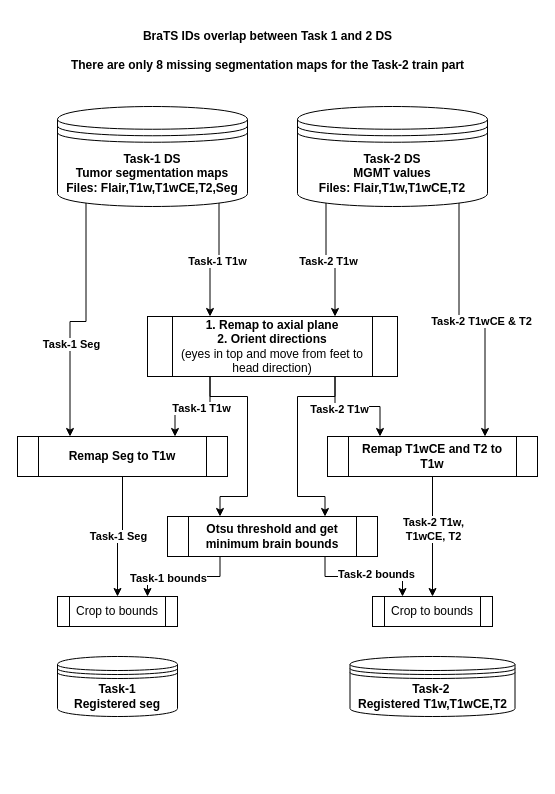
Above: registering.drawio in jpjuvo/RSNA-MICCAI-Brain-Tumor-Classification (draw.io), before the change. Source tidied: cells renumbered, new cells numbered last; positions are measured from the earlier drawing's top-left corner, leaving out a move shared by most shapes. Both pictures are drawn from the tidied source at 100%, with x=0, y=0 at pixel (17, 26).
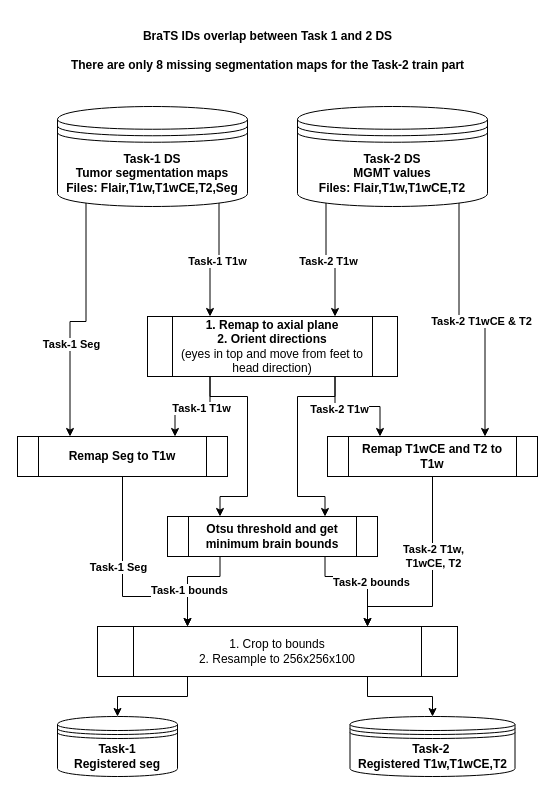
Above is the later version.

Commit message (it also covers changes not shown here):
Fixed registering process diagram

Unchanged cells that the change refers to:
```xml
<mxCell id="20" value="&lt;b&gt;Remap Seg to T1w&lt;br&gt;&lt;/b&gt;" style="shape=process;whiteSpace=wrap;html=1;backgroundOutline=1;" parent="1" vertex="1">
  <mxGeometry y="410" width="210" height="40" as="geometry" />
</mxCell>
<mxCell id="23" value="&lt;b&gt;Remap T1wCE and T2 to T1w&lt;br&gt;&lt;/b&gt;" style="shape=process;whiteSpace=wrap;html=1;backgroundOutline=1;" parent="1" vertex="1">
  <mxGeometry x="310" y="410" width="210" height="40" as="geometry" />
</mxCell>
<mxCell id="28" value="&lt;b&gt;Otsu threshold and get minimum brain bounds&lt;br&gt;&lt;/b&gt;" style="shape=process;whiteSpace=wrap;html=1;backgroundOutline=1;" parent="1" vertex="1">
  <mxGeometry x="150" y="490" width="210" height="40" as="geometry" />
</mxCell>
```

Diff of the diagram source:
```diff
@@
-    <mxCell id="18" style="edgeStyle=orthogonalEdgeStyle;rounded=0;jettySize=auto;html=1;exitX=0.5;exitY=1;exitDx=0;exitDy=0;" parent="1" edge="1" source="20" target="29">
-      <mxGeometry relative="1" as="geometry" />
+    <mxCell id="18" style="edgeStyle=orthogonalEdgeStyle;rounded=0;jettySize=auto;html=1;exitX=0.5;exitY=1;exitDx=0;exitDy=0;entryX=0.25;entryY=0;entryDx=0;entryDy=0;" parent="1" edge="1" source="20" target="29">
+      <mxGeometry relative="1" as="geometry">
+        <Array as="points">
+          <mxPoint x="105" y="570" />
+          <mxPoint x="170" y="570" />
+        </Array>
+      </mxGeometry>
     </mxCell>
@@
-    <mxCell id="21" style="edgeStyle=orthogonalEdgeStyle;rounded=0;jettySize=auto;html=1;entryX=0.5;entryY=0;entryDx=0;entryDy=0;" parent="1" edge="1" source="23" target="30">
-      <mxGeometry relative="1" as="geometry" />
+    <mxCell id="21" style="edgeStyle=orthogonalEdgeStyle;rounded=0;jettySize=auto;html=1;entryX=0.75;entryY=0;entryDx=0;entryDy=0;" parent="1" edge="1" source="23" target="29">
+      <mxGeometry relative="1" as="geometry">
+        <Array as="points">
+          <mxPoint x="415" y="580" />
+          <mxPoint x="350" y="580" />
+        </Array>
+      </mxGeometry>
     </mxCell>
     <mxCell id="22" value="&lt;b&gt;Task-2 T1w, &lt;br&gt;T1wCE, T2&lt;/b&gt;" style="edgeLabel;html=1;align=center;verticalAlign=middle;" parent="21" vertex="1">
-      <mxGeometry x="-0.14" relative="1" as="geometry" />
+      <mxGeometry x="-0.14" relative="1" as="geometry">
+        <mxPoint y="-13" as="offset" />
+      </mxGeometry>
     </mxCell>
@@
-    <mxCell id="24" style="edgeStyle=orthogonalEdgeStyle;rounded=0;jettySize=auto;html=1;exitX=0.25;exitY=1;exitDx=0;exitDy=0;entryX=0.75;entryY=0;entryDx=0;entryDy=0;" parent="1" edge="1" source="28" target="29">
-      <mxGeometry relative="1" as="geometry" />
+    <mxCell id="24" style="edgeStyle=orthogonalEdgeStyle;rounded=0;jettySize=auto;html=1;exitX=0.25;exitY=1;exitDx=0;exitDy=0;entryX=0.25;entryY=0;entryDx=0;entryDy=0;" parent="1" edge="1" source="28" target="29">
+      <mxGeometry relative="1" as="geometry">
+        <Array as="points">
+          <mxPoint x="203" y="550" />
+          <mxPoint x="170" y="550" />
+        </Array>
+      </mxGeometry>
     </mxCell>
@@
-    <mxCell id="26" style="edgeStyle=orthogonalEdgeStyle;rounded=0;jettySize=auto;html=1;exitX=0.75;exitY=1;exitDx=0;exitDy=0;entryX=0.25;entryY=0;entryDx=0;entryDy=0;" parent="1" edge="1" source="28" target="30">
-      <mxGeometry relative="1" as="geometry" />
+    <mxCell id="26" style="edgeStyle=orthogonalEdgeStyle;rounded=0;jettySize=auto;html=1;exitX=0.75;exitY=1;exitDx=0;exitDy=0;entryX=0.75;entryY=0;entryDx=0;entryDy=0;" parent="1" edge="1" source="28" target="29">
+      <mxGeometry relative="1" as="geometry">
+        <Array as="points">
+          <mxPoint x="308" y="550" />
+          <mxPoint x="350" y="550" />
+        </Array>
+      </mxGeometry>
     </mxCell>
@@
+    <mxCell id="33" style="edgeStyle=orthogonalEdgeStyle;rounded=0;jettySize=auto;html=1;exitX=0.25;exitY=1;exitDx=0;exitDy=0;entryX=0.5;entryY=0;entryDx=0;entryDy=0;" parent="1" edge="1" source="29" target="31">
+      <mxGeometry relative="1" as="geometry" />
+    </mxCell>
+    <mxCell id="34" style="edgeStyle=orthogonalEdgeStyle;rounded=0;jettySize=auto;html=1;exitX=0.75;exitY=1;exitDx=0;exitDy=0;entryX=0.5;entryY=0;entryDx=0;entryDy=0;" parent="1" edge="1" source="29" target="32">
+      <mxGeometry relative="1" as="geometry" />
+    </mxCell>
-    <mxCell id="29" value="Crop to bounds" style="shape=process;whiteSpace=wrap;html=1;backgroundOutline=1;" parent="1" vertex="1">
-      <mxGeometry x="40" y="570" width="120" height="30" as="geometry" />
+    <mxCell id="29" value="1. Crop to bounds&lt;br&gt;2. Resample to 256x256x100" style="shape=process;whiteSpace=wrap;html=1;backgroundOutline=1;" parent="1" vertex="1">
+      <mxGeometry x="80" y="600" width="360" height="50" as="geometry" />
     </mxCell>
-    <mxCell id="30" value="Crop to bounds" style="shape=process;whiteSpace=wrap;html=1;backgroundOutline=1;" parent="1" vertex="1">
-      <mxGeometry x="355" y="570" width="120" height="30" as="geometry" />
-    </mxCell>
     <mxCell id="31" value="&lt;b&gt;Task-1 &lt;br&gt;Registered seg&lt;/b&gt;" style="shape=datastore;whiteSpace=wrap;html=1;" parent="1" vertex="1">
-      <mxGeometry x="40" y="630" width="120" height="60" as="geometry" />
+      <mxGeometry x="40" y="690" width="120" height="60" as="geometry" />
     </mxCell>
     <mxCell id="32" value="&lt;b&gt;Task-2&amp;nbsp;&lt;br&gt;Registered T1w,T1wCE,T2&lt;/b&gt;" style="shape=datastore;whiteSpace=wrap;html=1;" parent="1" vertex="1">
-      <mxGeometry x="332.5" y="630" width="165" height="60" as="geometry" />
+      <mxGeometry x="332.5" y="690" width="165" height="60" as="geometry" />
     </mxCell>
```
